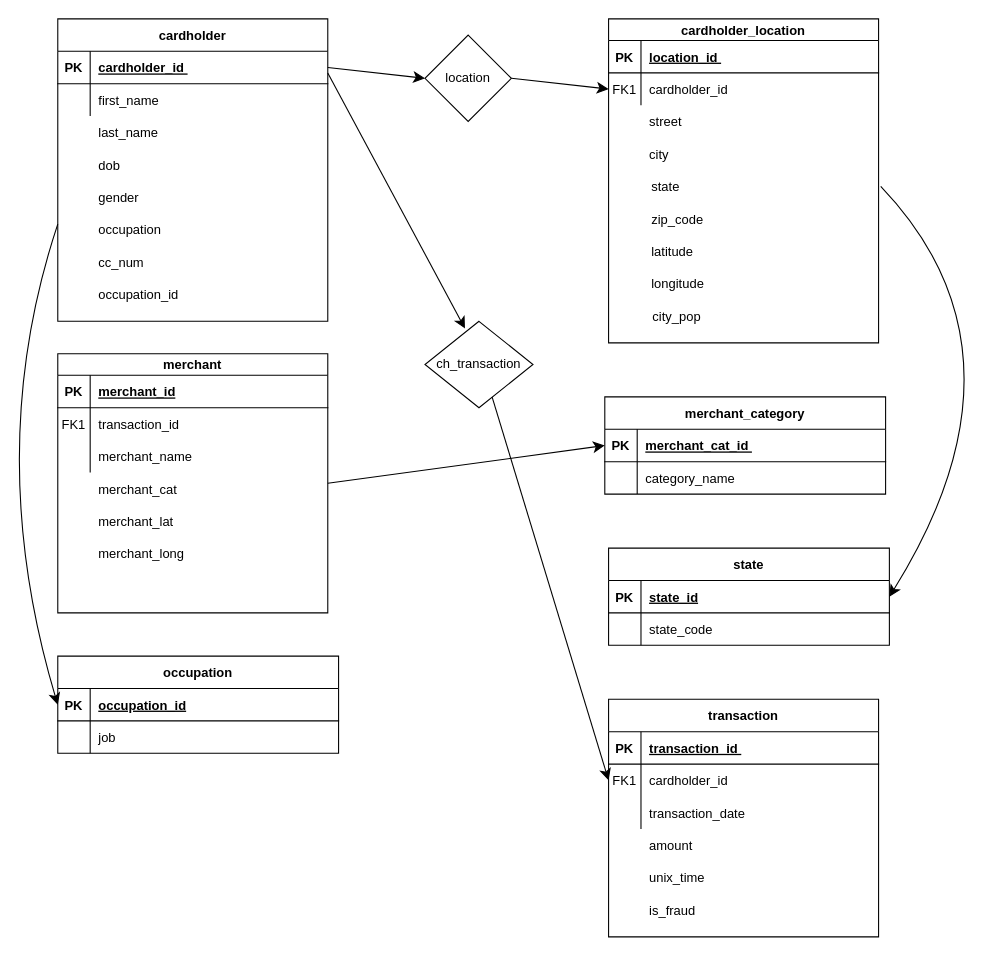
The draw.io diagram Database_Schema.drawio in COP3710CreditCardFraudDetection/CCFraudDetectionDB, before the edit. Source tidied: cells renumbered, new cells numbered last; positions are measured from the earlier drawing's top-left corner, leaving out a move shared by most shapes. Both pictures are drawn from the tidied source at 108%, with x=0, y=0 at pixel (-18, 18).
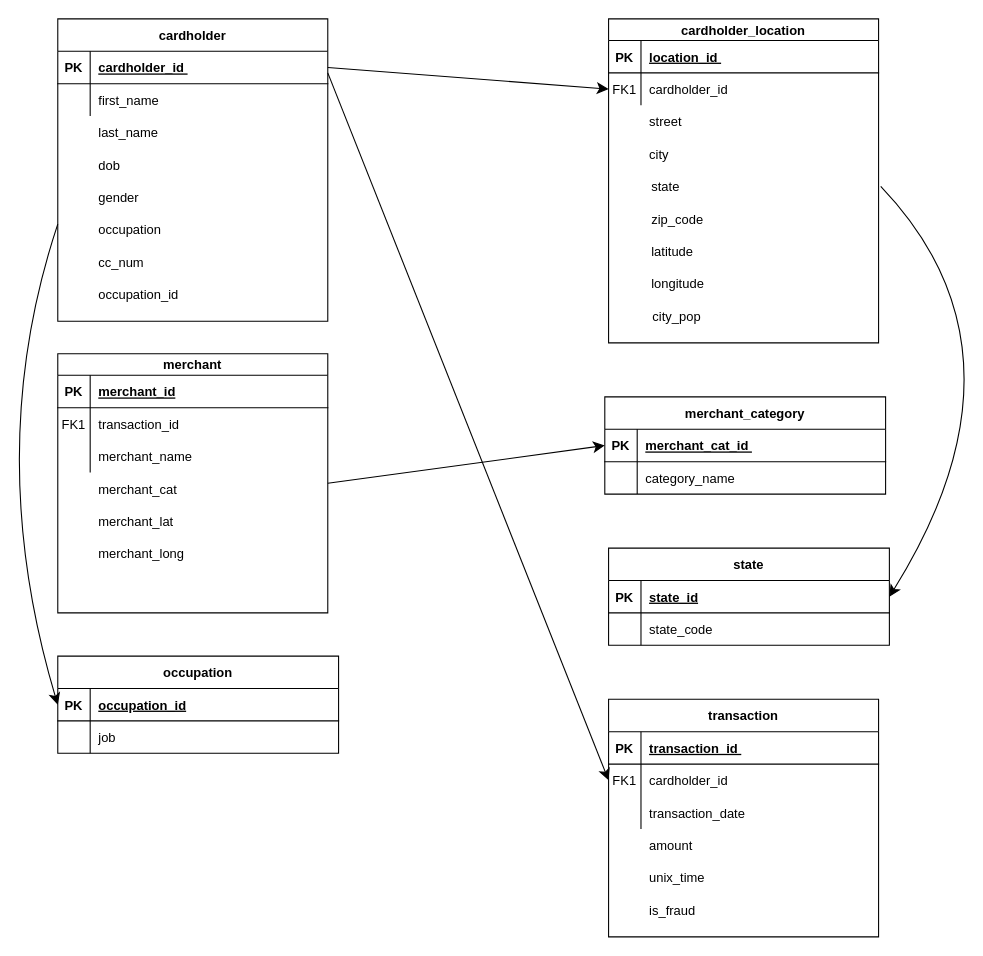
The same diagram, later.

Commit message:
Update schema diagram

The change refers to these unchanged cells:
```xml
<mxCell id="34" style="shape=partialRectangle;fillColor=none;points=[[0,0.5],[1,0.5]];portConstraint=eastwest;top=0;left=0;right=0;bottom=1;" parent="33" vertex="1">
  <mxGeometry y="30" width="250" height="30" as="geometry" />
</mxCell>
<mxCell id="52" value="FK1" style="shape=partialRectangle;overflow=hidden;fillColor=none;top=0;left=0;bottom=0;right=0;" parent="51" vertex="1">
  <mxGeometry width="30" height="30" as="geometry" />
</mxCell>
<mxCell id="66" style="shape=partialRectangle;fillColor=none;points=[[0,0.5],[1,0.5]];portConstraint=eastwest;top=0;left=0;right=0;bottom=0;" parent="62" vertex="1">
  <mxGeometry y="60" width="250" height="30" as="geometry" />
</mxCell>
```

The edit, as a diff of the source:
```diff
@@
-    <mxCell id="75" style="endArrow=classic;html=1;rounded=0;fontSize=12;startSize=8;endSize=8;curved=1;entryX=0;entryY=0.5;entryDx=0;entryDy=0;exitX=1;exitY=0.5;exitDx=0;exitDy=0;" parent="1" edge="1" source="88" target="52">
-      <mxGeometry relative="1" as="geometry" />
-    </mxCell>
@@
-    <mxCell id="86" style="endArrow=classic;html=1;rounded=0;fontSize=12;startSize=8;endSize=8;curved=1;entryX=0;entryY=0.5;entryDx=0;entryDy=0;exitX=0.61;exitY=0.829;exitDx=0;exitDy=0;exitPerimeter=0;" parent="1" edge="1" source="90" target="66">
-      <mxGeometry relative="1" as="geometry" />
+    <mxCell id="86" style="endArrow=classic;html=1;rounded=0;fontSize=12;startSize=8;endSize=8;curved=1;entryX=0;entryY=0.5;entryDx=0;entryDy=0;" parent="1" edge="1" target="66">
+      <mxGeometry relative="1" as="geometry">
+        <mxPoint x="320" y="50" as="sourcePoint" />
+      </mxGeometry>
     </mxCell>
-    <mxCell id="87" style="endArrow=classic;html=1;rounded=0;fontSize=12;startSize=8;endSize=8;curved=1;entryX=0;entryY=0.5;entryDx=0;entryDy=0;exitX=1;exitY=0.5;exitDx=0;exitDy=0;" parent="1" edge="1" source="34" target="88">
+    <mxCell id="87" style="endArrow=classic;html=1;rounded=0;fontSize=12;startSize=8;endSize=8;curved=1;entryX=0;entryY=0.5;entryDx=0;entryDy=0;exitX=1;exitY=0.5;exitDx=0;exitDy=0;" parent="1" edge="1" source="34" target="52">
       <mxGeometry relative="1" as="geometry" />
     </mxCell>
-    <mxCell id="88" value="location" style="rhombus;whiteSpace=wrap;html=1;" parent="1" vertex="1">
-      <mxGeometry x="410" y="15" width="80" height="80" as="geometry" />
-    </mxCell>
-    <mxCell id="89" style="endArrow=classic;html=1;rounded=0;fontSize=12;startSize=8;endSize=8;curved=1;entryX=0.37;entryY=0.083;entryDx=0;entryDy=0;entryPerimeter=0;" parent="1" edge="1" target="90">
-      <mxGeometry relative="1" as="geometry">
-        <mxPoint x="320" y="50" as="sourcePoint" />
-      </mxGeometry>
-    </mxCell>
-    <mxCell id="90" value="ch_transaction" style="rhombus;whiteSpace=wrap;html=1;" parent="1" vertex="1">
-      <mxGeometry x="410" y="280" width="100" height="80" as="geometry" />
-    </mxCell>
```
